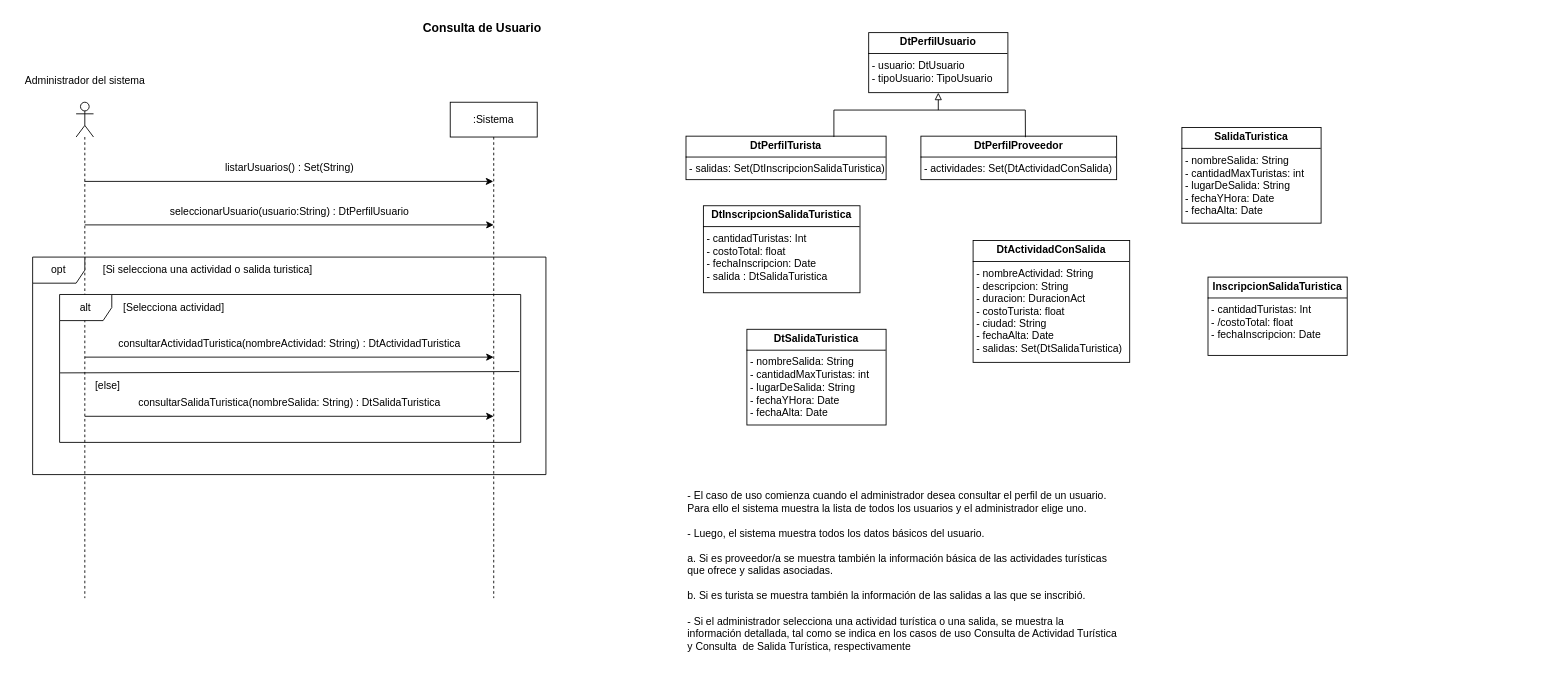
Above: page "CU2_ConsultaUsuario" (3 of 8) of resources/Tarea1.drawio in rofernandezm/Tencnoinf_Pap2025_Tarea1 (draw.io), before the change. Source tidied: cells renumbered, new cells numbered last; positions are measured from the earlier drawing's top-left corner, leaving out a move shared by most shapes. Both pictures are drawn from the tidied source at 87%, with x=0, y=0 at pixel (15, 15).
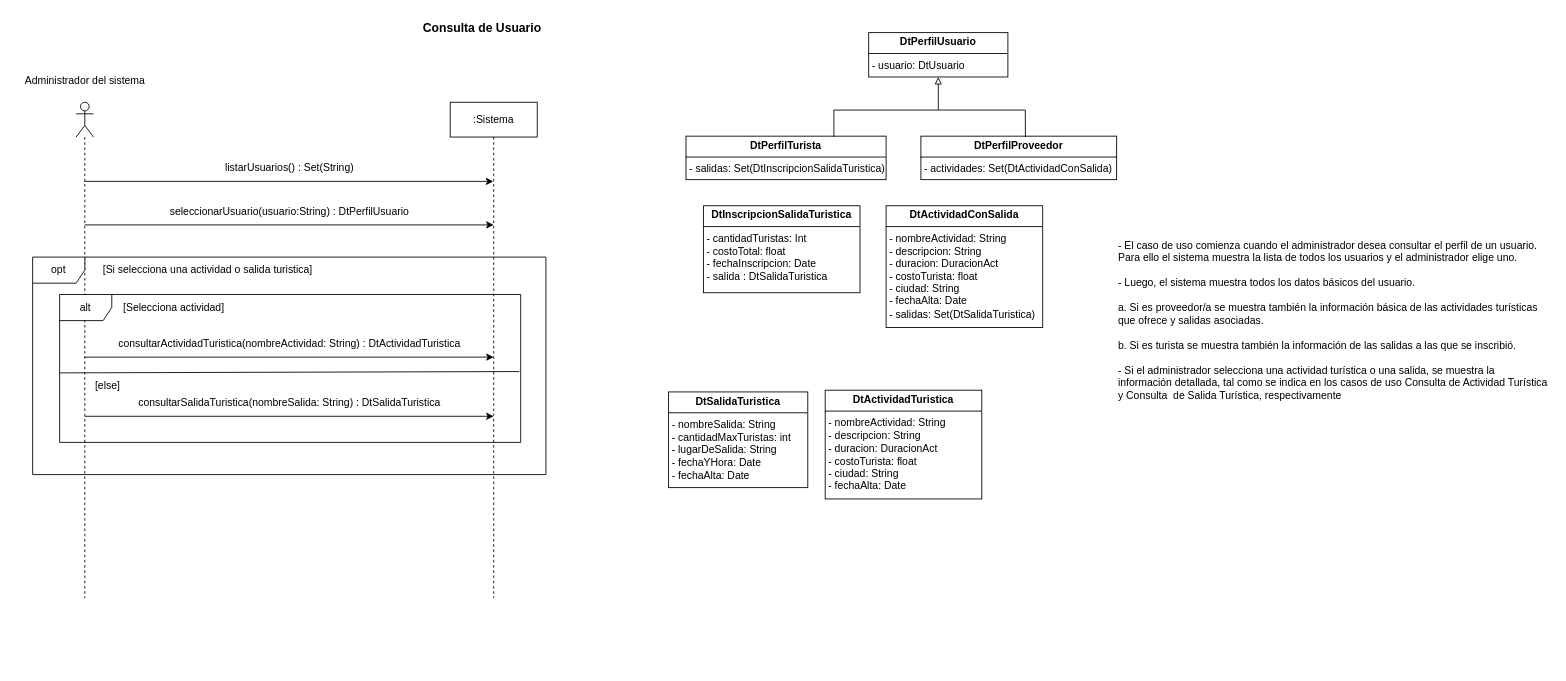
Above is the later version.

The edit, as a diff of the source:
```diff
@@
-    <mxCell id="6" value="&lt;p style=&quot;margin:0px;margin-top:4px;text-align:center;&quot;&gt;&lt;b&gt;DtPerfilUsuario&lt;/b&gt;&lt;/p&gt;&lt;hr size=&quot;1&quot; style=&quot;border-style:solid;&quot;&gt;&lt;p style=&quot;margin:0px;margin-left:4px;&quot;&gt;- usuario: DtUsuario&lt;/p&gt;&lt;p style=&quot;margin:0px;margin-left:4px;&quot;&gt;- tipoUsuario: TipoUsuario&lt;/p&gt;" style="verticalAlign=top;align=left;overflow=fill;html=1;whiteSpace=wrap;" parent="1" vertex="1">
-      <mxGeometry x="981" y="20" width="160" height="69" as="geometry" />
+    <mxCell id="6" value="&lt;p style=&quot;margin:0px;margin-top:4px;text-align:center;&quot;&gt;&lt;b&gt;DtPerfilUsuario&lt;/b&gt;&lt;/p&gt;&lt;hr size=&quot;1&quot; style=&quot;border-style:solid;&quot;&gt;&lt;p style=&quot;margin:0px;margin-left:4px;&quot;&gt;- usuario: DtUsuario&lt;/p&gt;" style="verticalAlign=top;align=left;overflow=fill;html=1;whiteSpace=wrap;" parent="1" vertex="1">
+      <mxGeometry x="981" y="20" width="160" height="51" as="geometry" />
     </mxCell>
@@
     <mxCell id="16" value="&lt;p style=&quot;margin:0px;margin-top:4px;text-align:center;&quot;&gt;&lt;b&gt;DtActividadConSalida&lt;/b&gt;&lt;/p&gt;&lt;hr size=&quot;1&quot; style=&quot;border-style:solid;&quot;&gt;&lt;p style=&quot;margin:0px;margin-left:4px;&quot;&gt;- nombreActividad: String&lt;/p&gt;&lt;p style=&quot;margin:0px;margin-left:4px;&quot;&gt;- descripcion: String&lt;/p&gt;&lt;p style=&quot;margin:0px;margin-left:4px;&quot;&gt;- duracion: DuracionAct&lt;/p&gt;&lt;p style=&quot;margin:0px;margin-left:4px;&quot;&gt;- costoTurista: float&lt;/p&gt;&lt;p style=&quot;margin:0px;margin-left:4px;&quot;&gt;- ciudad: String&lt;/p&gt;&lt;p style=&quot;margin:0px;margin-left:4px;&quot;&gt;- fechaAlta: Date&lt;/p&gt;&lt;p style=&quot;margin:0px;margin-left:4px;&quot;&gt;- salidas: Set(DtSalidaTuristica)&lt;/p&gt;" style="verticalAlign=top;align=left;overflow=fill;html=1;whiteSpace=wrap;" parent="1" vertex="1">
-      <mxGeometry x="1101" y="259" width="180" height="140" as="geometry" />
+      <mxGeometry x="1001" y="219" width="180" height="140" as="geometry" />
     </mxCell>
-    <mxCell id="17" value="&lt;p style=&quot;margin:0px;margin-top:4px;text-align:center;&quot;&gt;&lt;b&gt;SalidaTuristica&lt;/b&gt;&lt;/p&gt;&lt;hr size=&quot;1&quot; style=&quot;border-style:solid;&quot;&gt;&lt;p style=&quot;margin:0px;margin-left:4px;&quot;&gt;- nombreSalida: String&lt;/p&gt;&lt;p style=&quot;margin:0px;margin-left:4px;&quot;&gt;- cantidadMaxTuristas: int&lt;/p&gt;&lt;p style=&quot;margin:0px;margin-left:4px;&quot;&gt;- lugarDeSalida: String&lt;/p&gt;&lt;p style=&quot;margin:0px;margin-left:4px;&quot;&gt;- fechaYHora: Date&lt;/p&gt;&lt;p style=&quot;margin:0px;margin-left:4px;&quot;&gt;- fechaAlta: Date&lt;/p&gt;" style="verticalAlign=top;align=left;overflow=fill;html=1;whiteSpace=wrap;" parent="1" vertex="1">
-      <mxGeometry x="1341" y="129" width="160" height="110" as="geometry" />
-    </mxCell>
-    <mxCell id="18" value="&lt;p style=&quot;margin:0px;margin-top:4px;text-align:center;&quot;&gt;&lt;b&gt;InscripcionSalidaTuristica&lt;/b&gt;&lt;/p&gt;&lt;hr size=&quot;1&quot; style=&quot;border-style:solid;&quot;&gt;&lt;p style=&quot;margin:0px;margin-left:4px;&quot;&gt;- cantidadTuristas: Int&lt;/p&gt;&lt;p style=&quot;margin:0px;margin-left:4px;&quot;&gt;- /costoTotal: float&lt;/p&gt;&lt;p style=&quot;margin:0px;margin-left:4px;&quot;&gt;- fechaInscripcion: Date&lt;/p&gt;" style="verticalAlign=top;align=left;overflow=fill;html=1;whiteSpace=wrap;" parent="1" vertex="1">
-      <mxGeometry x="1371" y="301" width="160" height="90" as="geometry" />
-    </mxCell>
     <mxCell id="19" value="- El caso de uso comienza cuando el administrador desea consultar el perfil de un usuario. Para ello el sistema muestra la lista de todos los usuarios y el administrador elige uno. &#10;&#10;- Luego, el sistema muestra todos los datos básicos del usuario. &#10;&#10;a. Si es proveedor/a se muestra también la información básica de las actividades turísticas que ofrece y salidas asociadas. &#10;&#10;b. Si es turista se muestra también la información de las salidas a las que se inscribió. &#10;&#10;- Si el administrador selecciona una actividad turística o una salida, se muestra la información detallada, tal como se indica en los casos de uso Consulta de Actividad Turística y Consulta  de Salida Turística, respectivamente" style="text;whiteSpace=wrap;" parent="1" vertex="1">
-      <mxGeometry x="771" y="539" width="500" height="210" as="geometry" />
+      <mxGeometry x="1266" y="251" width="500" height="210" as="geometry" />
     </mxCell>
@@
     <mxCell id="30" value="&lt;p style=&quot;margin:0px;margin-top:4px;text-align:center;&quot;&gt;&lt;b&gt;DtSalidaTuristica&lt;/b&gt;&lt;/p&gt;&lt;hr size=&quot;1&quot; style=&quot;border-style:solid;&quot;&gt;&lt;p style=&quot;margin:0px;margin-left:4px;&quot;&gt;- nombreSalida: String&lt;/p&gt;&lt;p style=&quot;margin:0px;margin-left:4px;&quot;&gt;- cantidadMaxTuristas: int&lt;/p&gt;&lt;p style=&quot;margin:0px;margin-left:4px;&quot;&gt;- lugarDeSalida: String&lt;/p&gt;&lt;p style=&quot;margin:0px;margin-left:4px;&quot;&gt;- fechaYHora: Date&lt;/p&gt;&lt;p style=&quot;margin:0px;margin-left:4px;&quot;&gt;- fechaAlta: Date&lt;/p&gt;" style="verticalAlign=top;align=left;overflow=fill;html=1;whiteSpace=wrap;" parent="1" vertex="1">
-      <mxGeometry x="841" y="361" width="160" height="110" as="geometry" />
+      <mxGeometry x="751" y="433" width="160" height="110" as="geometry" />
     </mxCell>
+    <mxCell id="31" value="&lt;p style=&quot;margin:0px;margin-top:4px;text-align:center;&quot;&gt;&lt;b&gt;DtActividadTuristica&lt;/b&gt;&lt;/p&gt;&lt;hr size=&quot;1&quot; style=&quot;border-style:solid;&quot;&gt;&lt;p style=&quot;margin:0px;margin-left:4px;&quot;&gt;- nombreActividad: String&lt;/p&gt;&lt;p style=&quot;margin:0px;margin-left:4px;&quot;&gt;- descripcion: String&lt;/p&gt;&lt;p style=&quot;margin:0px;margin-left:4px;&quot;&gt;- duracion: DuracionAct&lt;/p&gt;&lt;p style=&quot;margin:0px;margin-left:4px;&quot;&gt;- costoTurista: float&lt;/p&gt;&lt;p style=&quot;margin:0px;margin-left:4px;&quot;&gt;- ciudad: String&lt;/p&gt;&lt;p style=&quot;margin:0px;margin-left:4px;&quot;&gt;- fechaAlta: Date&lt;/p&gt;" style="verticalAlign=top;align=left;overflow=fill;html=1;whiteSpace=wrap;" parent="1" vertex="1">
+      <mxGeometry x="931" y="431" width="180" height="125" as="geometry" />
+    </mxCell>
```
